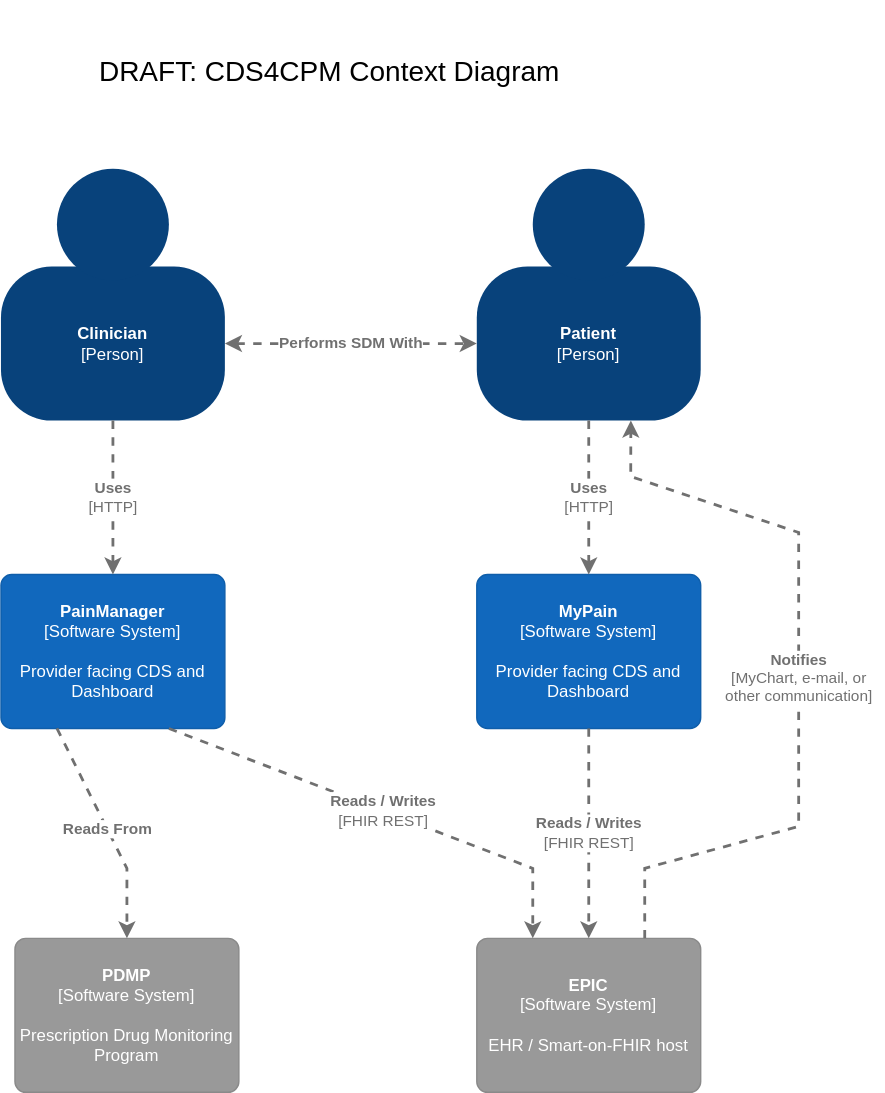
Above: input/pagecontent/assets/diagrams/context-new.svg in cqframework/cds4cpm (draw.io), before the change. Source tidied: cells renumbered, new cells last; positions are measured from the earlier drawing's top-left corner, leaving out a move shared by most shapes.
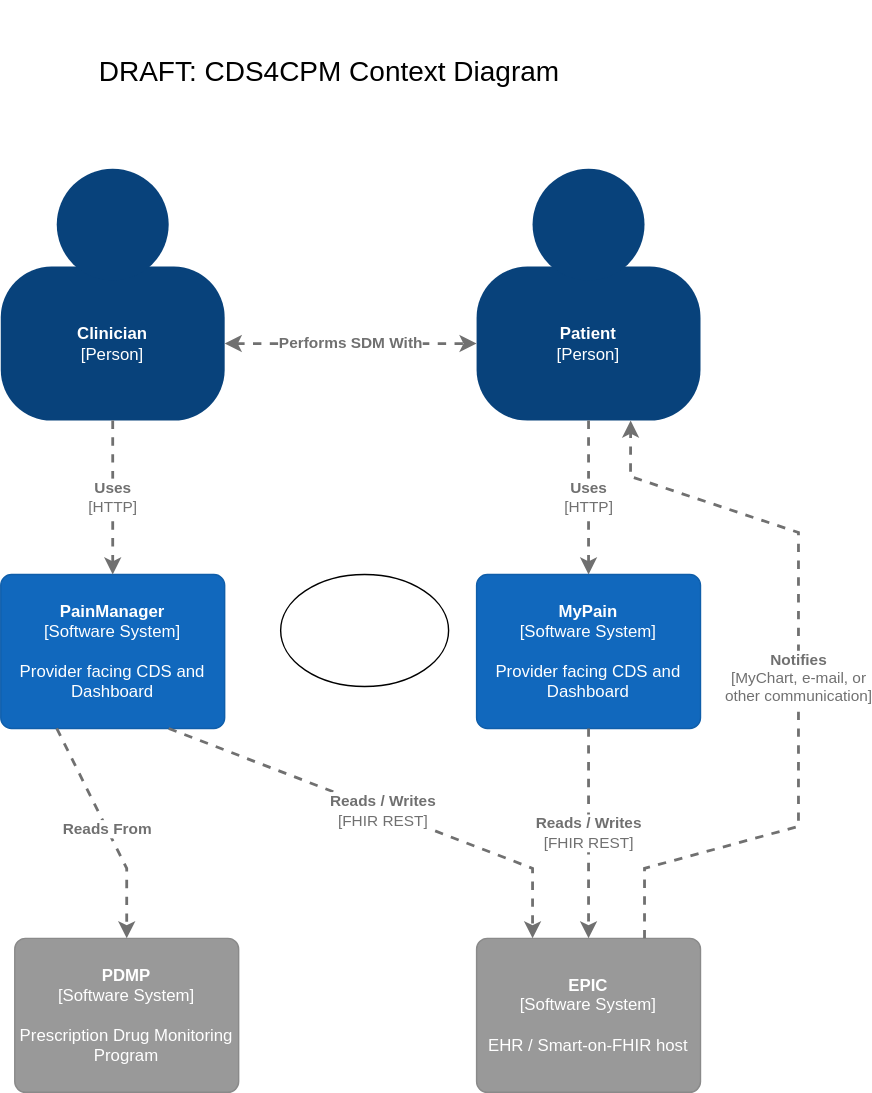
Above is the later version.

Diff of the diagram source:
```diff
@@ -83,5 +83,8 @@
     <mxCell id="19" value="DRAFT: CDS4CPM Context Diagram" style="text;html=1;strokeColor=none;fillColor=none;align=center;verticalAlign=middle;whiteSpace=wrap;rounded=0;fontSize=20;fontColor=#000000;" parent="1" vertex="1">
       <mxGeometry width="470" height="100" as="geometry" />
     </mxCell>
+    <mxCell id="20" style="ellipse;whiteSpace=wrap;html=1;" parent="1" vertex="1">
+      <mxGeometry x="200" y="410" width="120" height="80" as="geometry" />
+    </mxCell>
   </root>
 </mxGraphModel>
```
